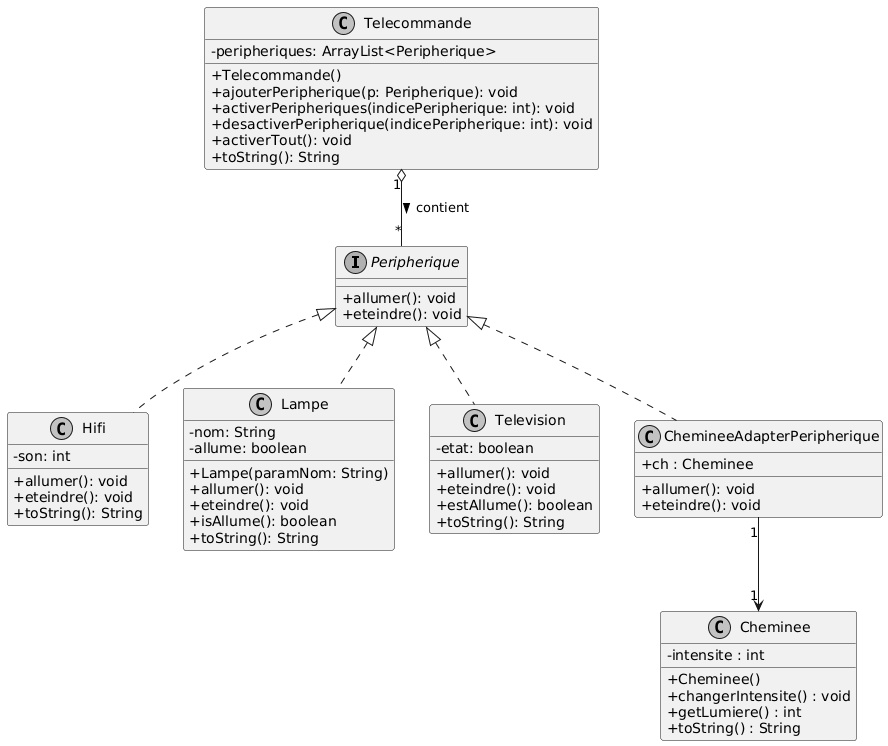
joshu0111/2026_coo_domotique_ruelramos keeps this PlantUML diagram as TP3/TD06/img/umlQ2.png. Above is the earlier version. Source of this version:
```plantuml
@startuml
skinparam classAttributeIconSize 0
skinparam monochrome true
skinparam shadowing false

interface Peripherique {
    + allumer(): void
    + eteindre(): void
}

class Hifi {
    - son: int
    + allumer(): void
    + eteindre(): void
    + toString(): String
}

class Lampe {
    - nom: String
    - allume: boolean
    + Lampe(paramNom: String)
    + allumer(): void
    + eteindre(): void
    + isAllume(): boolean
    + toString(): String
}

class Television {
    - etat: boolean
    + allumer(): void
    + eteindre(): void
    + estAllume(): boolean
    + toString(): String
}

class Telecommande {
    - peripheriques: ArrayList<Peripherique>
    + Telecommande()
    + ajouterPeripherique(p: Peripherique): void
    + activerPeripheriques(indicePeripherique: int): void
    + desactiverPeripherique(indicePeripherique: int): void
    + activerTout(): void
    + toString(): String
}

class Cheminee{
    - intensite : int
    + Cheminee()
    + changerIntensite() : void
    + getLumiere() : int
    + toString() : String
}

class ChemineeAdapterPeripherique{
    + ch : Cheminee
    + allumer(): void
    + eteindre(): void
}

Peripherique <|.. Hifi
Peripherique <|.. Lampe
Peripherique <|.. Television
Peripherique <|.. ChemineeAdapterPeripherique

Telecommande "1" o-- "*" Peripherique : contient >
ChemineeAdapterPeripherique "1" --> "1" Cheminee
@enduml
```
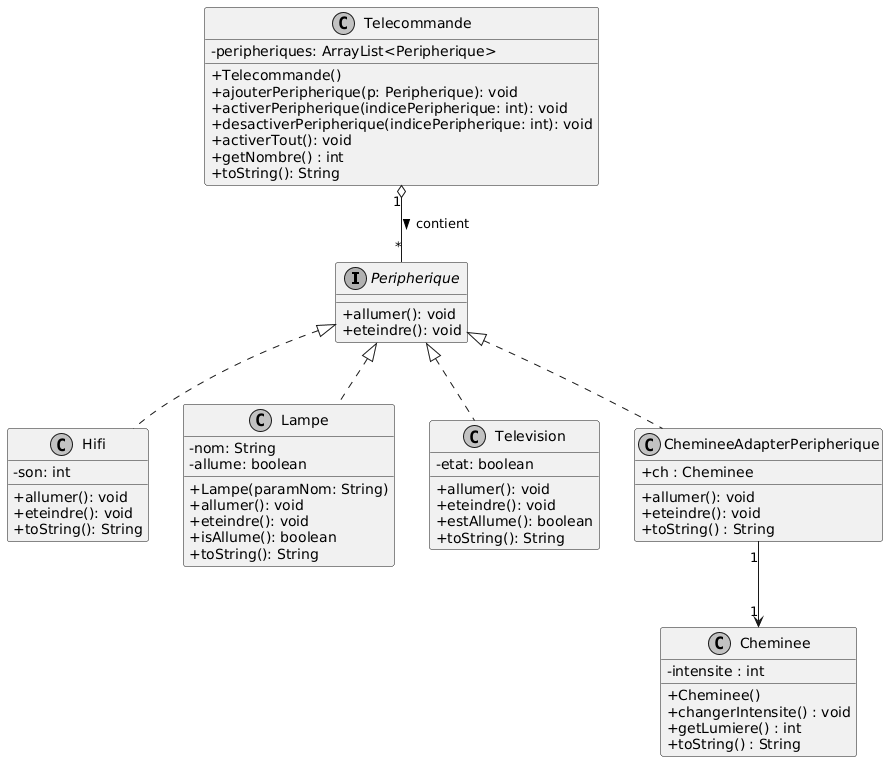
After the change.

Diff of the diagram source:
```diff
@@ -37,9 +37,10 @@
     - peripheriques: ArrayList<Peripherique>
     + Telecommande()
     + ajouterPeripherique(p: Peripherique): void
-    + activerPeripheriques(indicePeripherique: int): void
+    + activerPeripherique(indicePeripherique: int): void
     + desactiverPeripherique(indicePeripherique: int): void
     + activerTout(): void
+    + getNombre() : int
     + toString(): String
 }
 
@@ -55,6 +56,7 @@
     + ch : Cheminee
     + allumer(): void
     + eteindre(): void
+    + toString() : String
 }
 
 Peripherique <|.. Hifi
```
